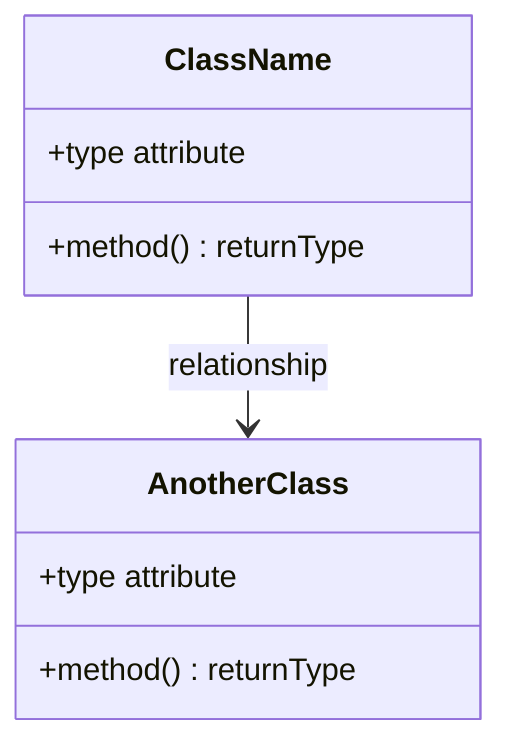
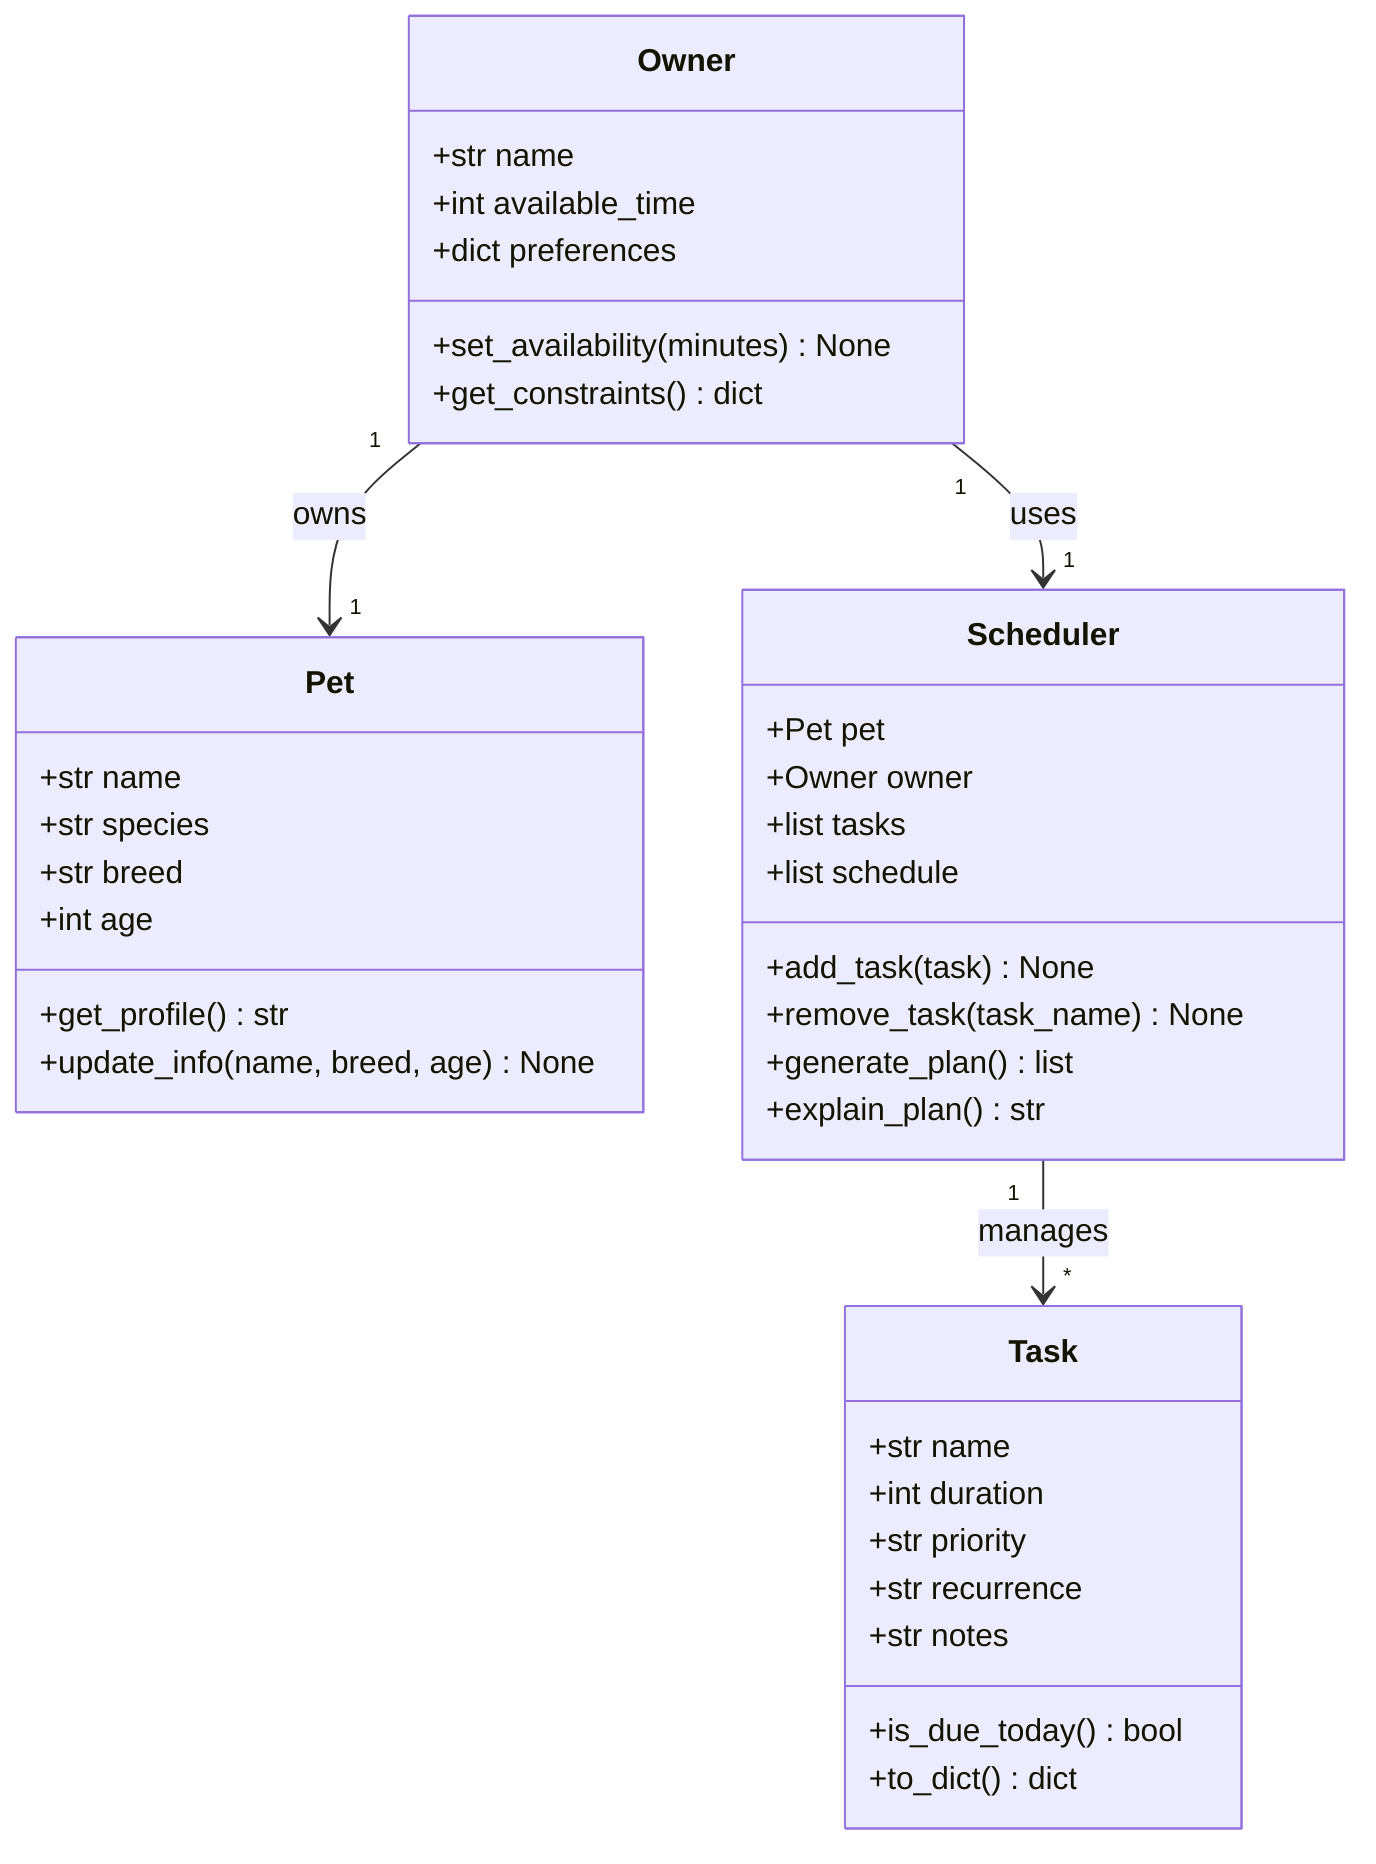
classDiagram
-     %% Replace the placeholders below with your actual classes, attributes, methods, and relationships.
-     %% Keep this file updated so it matches your final implementation.
- 
-     class ClassName {
-         +type attribute
-         +method() returnType
+     class Pet {
+         +str name
+         +str species
+         +str breed
+         +int age
+         +get_profile() str
+         +update_info(name, breed, age) None
    }

-     class AnotherClass {
-         +type attribute
-         +method() returnType
+     class Task {
+         +str name
+         +int duration
+         +str priority
+         +str recurrence
+         +str notes
+         +is_due_today() bool
+         +to_dict() dict
    }

-     ClassName --> AnotherClass : relationship
+     class Owner {
+         +str name
+         +int available_time
+         +dict preferences
+         +set_availability(minutes) None
+         +get_constraints() dict
+     }
+ 
+     class Scheduler {
+         +Pet pet
+         +Owner owner
+         +list tasks
+         +list schedule
+         +add_task(task) None
+         +remove_task(task_name) None
+         +generate_plan() list
+         +explain_plan() str
+     }
+ 
+     Owner "1" --> "1" Pet : owns
+     Owner "1" --> "1" Scheduler : uses
+     Scheduler "1" --> "*" Task : manages
